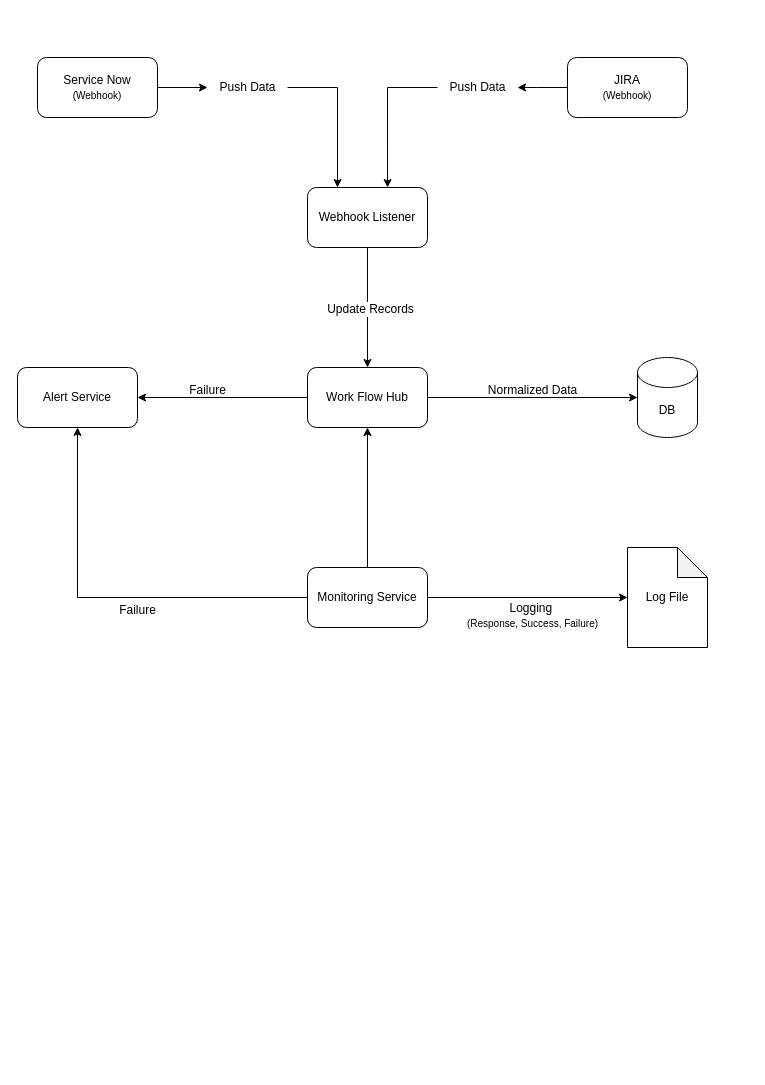
ivineetyadav/architectures keeps this draw.io diagram as BRWH-Push-Model.drawio. Above is the earlier version. Source tidied: cells renumbered, new cells numbered last; positions are measured from the earlier drawing's top-left corner, leaving out a move shared by most shapes. Both pictures are drawn from the tidied source at 100%, with x=0, y=0 at pixel (17, 57).
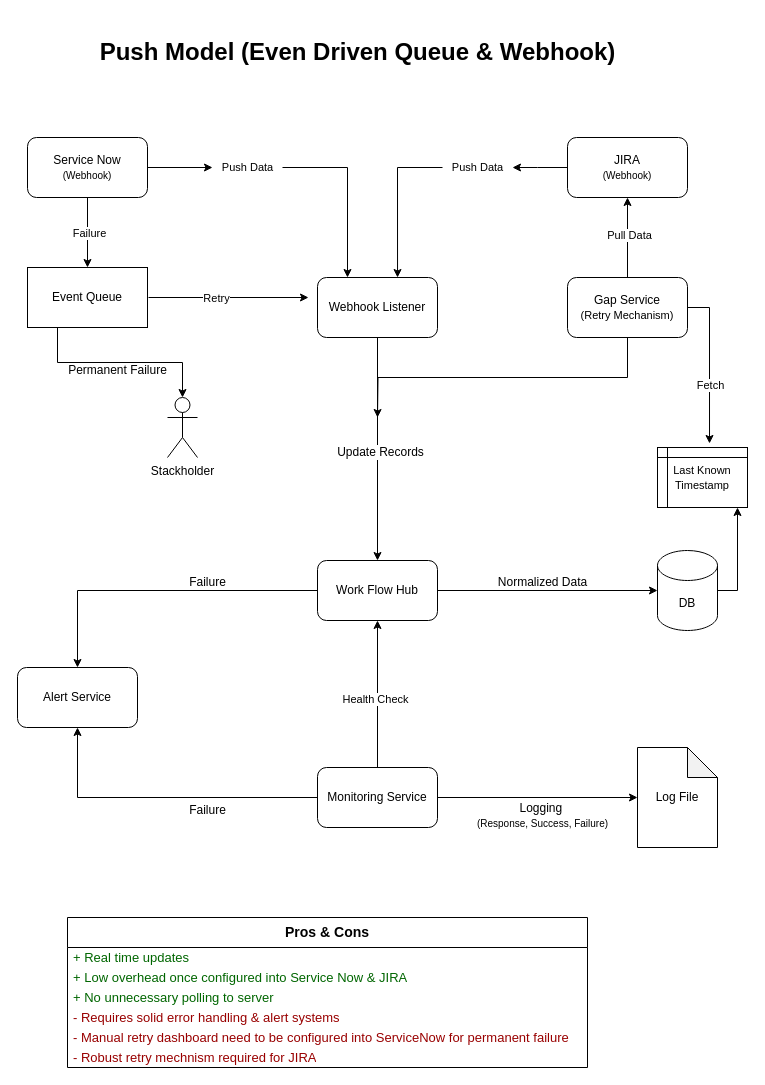
The same diagram, later.

Unchanged cells that the change refers to:
```xml
<mxCell id="18" style="edgeStyle=orthogonalEdgeStyle;rounded=0;jettySize=auto;html=1;exitX=0.5;exitY=0;exitDx=0;exitDy=0;entryX=0.5;entryY=1;entryDx=0;entryDy=0;" parent="1" edge="1" source="20" target="14">
  <mxGeometry relative="1" as="geometry" />
</mxCell>
```

Change to the diagram source:
```diff
@@
     <mxCell id="4" value="Webhook Listener" style="rounded=1;whiteSpace=wrap;html=1;" parent="1" vertex="1">
-      <mxGeometry x="290" y="130" width="120" height="60" as="geometry" />
+      <mxGeometry x="300" y="220" width="120" height="60" as="geometry" />
     </mxCell>
@@
+    <mxCell id="27" style="edgeStyle=orthogonalEdgeStyle;rounded=0;jettySize=auto;html=1;exitX=0.5;exitY=1;exitDx=0;exitDy=0;" parent="1" edge="1" source="6" target="34">
+      <mxGeometry relative="1" as="geometry" />
+    </mxCell>
+    <mxCell id="28" value="Failure" style="edgeLabel;html=1;align=center;verticalAlign=middle;" parent="27" vertex="1">
+      <mxGeometry y="1" relative="1" as="geometry" />
+    </mxCell>
     <mxCell id="6" value="Service Now&lt;div&gt;&lt;font style=&quot;font-size: 10px;&quot;&gt;(Webhook)&lt;/font&gt;&lt;/div&gt;" style="rounded=1;whiteSpace=wrap;html=1;" parent="1" vertex="1">
-      <mxGeometry x="20" width="120" height="60" as="geometry" />
+      <mxGeometry x="10" y="80" width="120" height="60" as="geometry" />
     </mxCell>
     <mxCell id="7" value="JIRA&lt;div&gt;&lt;font style=&quot;font-size: 10px;&quot;&gt;(Webhook)&lt;/font&gt;&lt;/div&gt;" style="rounded=1;whiteSpace=wrap;html=1;" parent="1" vertex="1">
-      <mxGeometry x="550" width="120" height="60" as="geometry" />
+      <mxGeometry x="550" y="80" width="120" height="60" as="geometry" />
     </mxCell>
@@
     <mxCell id="9" style="edgeStyle=orthogonalEdgeStyle;rounded=0;jettySize=auto;html=1;exitX=0;exitY=0.5;exitDx=0;exitDy=0;" parent="1" edge="1" source="7" target="10">
       <mxGeometry relative="1" as="geometry">
         <Array as="points">
-          <mxPoint x="520" y="30" />
-          <mxPoint x="520" y="30" />
+          <mxPoint x="520" y="110" />
+          <mxPoint x="520" y="110" />
         </Array>
       </mxGeometry>
     </mxCell>
-    <mxCell id="10" value="Push Data" style="text;html=1;align=center;verticalAlign=middle;points=[];strokeColor=none;fillColor=none;" parent="1" vertex="1">
-      <mxGeometry x="420" y="15" width="80" height="30" as="geometry" />
+    <mxCell id="10" value="&lt;font style=&quot;font-size: 11px;&quot;&gt;Push Data&lt;/font&gt;" style="text;html=1;align=center;verticalAlign=middle;points=[];strokeColor=none;fillColor=none;" parent="1" vertex="1">
+      <mxGeometry x="425" y="95" width="70" height="30" as="geometry" />
     </mxCell>
@@
-    <mxCell id="12" value="Push Data" style="text;html=1;align=center;verticalAlign=middle;points=[];strokeColor=none;fillColor=none;" parent="1" vertex="1">
-      <mxGeometry x="190" y="15" width="80" height="30" as="geometry" />
+    <mxCell id="12" value="&lt;font style=&quot;font-size: 11px;&quot;&gt;Push Data&lt;/font&gt;" style="text;html=1;align=center;verticalAlign=middle;points=[];strokeColor=none;fillColor=none;" parent="1" vertex="1">
+      <mxGeometry x="195" y="95" width="70" height="30" as="geometry" />
     </mxCell>
-    <mxCell id="13" style="edgeStyle=orthogonalEdgeStyle;rounded=0;jettySize=auto;html=1;exitX=0;exitY=0.5;exitDx=0;exitDy=0;" parent="1" edge="1" source="14">
-      <mxGeometry relative="1" as="geometry">
-        <mxPoint x="120" y="340" as="targetPoint" />
-      </mxGeometry>
+    <mxCell id="13" style="edgeStyle=orthogonalEdgeStyle;rounded=0;jettySize=auto;html=1;exitX=0;exitY=0.5;exitDx=0;exitDy=0;" parent="1" edge="1" source="14" target="21">
+      <mxGeometry relative="1" as="geometry" />
     </mxCell>
     <mxCell id="14" value="Work Flow Hub" style="rounded=1;whiteSpace=wrap;html=1;" parent="1" vertex="1">
-      <mxGeometry x="290" y="310" width="120" height="60" as="geometry" />
+      <mxGeometry x="300" y="503" width="120" height="60" as="geometry" />
     </mxCell>
+    <mxCell id="29" style="edgeStyle=orthogonalEdgeStyle;rounded=0;jettySize=auto;html=1;exitX=1;exitY=0.5;exitDx=0;exitDy=0;exitPerimeter=0;entryX=0.889;entryY=1;entryDx=0;entryDy=0;entryPerimeter=0;" parent="1" edge="1" source="15" target="41">
+      <mxGeometry relative="1" as="geometry" />
+    </mxCell>
     <mxCell id="15" value="DB" style="shape=cylinder3;whiteSpace=wrap;html=1;boundedLbl=1;backgroundOutline=1;size=15;" parent="1" vertex="1">
-      <mxGeometry x="620" y="300" width="60" height="80" as="geometry" />
+      <mxGeometry x="640" y="493" width="60" height="80" as="geometry" />
     </mxCell>
@@
     <mxCell id="17" value="Normalized Data" style="text;html=1;align=center;verticalAlign=middle;strokeColor=none;fillColor=none;" parent="1" vertex="1">
-      <mxGeometry x="460" y="318" width="110" height="30" as="geometry" />
+      <mxGeometry x="470" y="510" width="110" height="30" as="geometry" />
     </mxCell>
@@
+    <mxCell id="30" value="Health Check" style="edgeLabel;html=1;align=center;verticalAlign=middle;" parent="18" vertex="1">
+      <mxGeometry x="-0.06" y="3" relative="1" as="geometry" />
+    </mxCell>
@@
     <mxCell id="20" value="Monitoring Service" style="rounded=1;whiteSpace=wrap;html=1;" parent="1" vertex="1">
-      <mxGeometry x="290" y="510" width="120" height="60" as="geometry" />
+      <mxGeometry x="300" y="710" width="120" height="60" as="geometry" />
     </mxCell>
     <mxCell id="21" value="Alert Service" style="rounded=1;whiteSpace=wrap;html=1;" parent="1" vertex="1">
-      <mxGeometry y="310" width="120" height="60" as="geometry" />
+      <mxGeometry y="610" width="120" height="60" as="geometry" />
     </mxCell>
     <mxCell id="22" value="Log File" style="shape=note;whiteSpace=wrap;html=1;backgroundOutline=1;darkOpacity=0.05;" parent="1" vertex="1">
-      <mxGeometry x="610" y="490" width="80" height="100" as="geometry" />
+      <mxGeometry x="620" y="690" width="80" height="100" as="geometry" />
     </mxCell>
@@
     <mxCell id="24" value="Failure" style="text;html=1;align=center;verticalAlign=middle;strokeColor=none;fillColor=none;" parent="1" vertex="1">
-      <mxGeometry x="160" y="318" width="60" height="30" as="geometry" />
+      <mxGeometry x="160" y="510" width="60" height="30" as="geometry" />
     </mxCell>
     <mxCell id="25" value="Failure" style="text;html=1;align=center;verticalAlign=middle;strokeColor=none;fillColor=none;" parent="1" vertex="1">
-      <mxGeometry x="90" y="538" width="60" height="30" as="geometry" />
+      <mxGeometry x="160" y="738" width="60" height="30" as="geometry" />
     </mxCell>
     <mxCell id="26" value="Logging&amp;nbsp;&lt;div&gt;&lt;font style=&quot;font-size: 10px;&quot;&gt;(Response, Success, Failure)&lt;/font&gt;&lt;/div&gt;" style="text;html=1;align=center;verticalAlign=middle;strokeColor=none;fillColor=none;" parent="1" vertex="1">
-      <mxGeometry x="440" y="538" width="150" height="40" as="geometry" />
+      <mxGeometry x="450" y="738" width="150" height="40" as="geometry" />
     </mxCell>
+    <mxCell id="31" style="edgeStyle=orthogonalEdgeStyle;rounded=0;orthogonalLoop=1;jettySize=auto;html=1;exitX=1;exitY=0.5;exitDx=0;exitDy=0;entryX=0;entryY=0.5;entryDx=0;entryDy=0;" parent="1" edge="1">
+      <mxGeometry relative="1" as="geometry">
+        <mxPoint x="131" y="240" as="sourcePoint" />
+        <mxPoint x="291" y="240" as="targetPoint" />
+      </mxGeometry>
+    </mxCell>
+    <mxCell id="32" value="Retry" style="edgeLabel;html=1;align=center;verticalAlign=middle;" parent="31" vertex="1">
+      <mxGeometry x="-0.15" relative="1" as="geometry">
+        <mxPoint x="-1" as="offset" />
+      </mxGeometry>
+    </mxCell>
+    <mxCell id="33" style="edgeStyle=orthogonalEdgeStyle;rounded=0;jettySize=auto;html=1;exitX=0.25;exitY=1;exitDx=0;exitDy=0;" parent="1" edge="1" source="34" target="35">
+      <mxGeometry relative="1" as="geometry" />
+    </mxCell>
+    <mxCell id="34" value="Event Queue" style="rounded=0;whiteSpace=wrap;html=1;" parent="1" vertex="1">
+      <mxGeometry x="10" y="210" width="120" height="60" as="geometry" />
+    </mxCell>
+    <mxCell id="35" value="Stackholder" style="shape=umlActor;verticalLabelPosition=bottom;verticalAlign=top;html=1;outlineConnect=0;" parent="1" vertex="1">
+      <mxGeometry x="150" y="340" width="30" height="60" as="geometry" />
+    </mxCell>
+    <mxCell id="36" value="Permanent Failure" style="text;html=1;align=center;verticalAlign=middle;strokeColor=none;fillColor=none;" parent="1" vertex="1">
+      <mxGeometry x="40" y="298" width="120" height="30" as="geometry" />
+    </mxCell>
+    <mxCell id="37" style="edgeStyle=orthogonalEdgeStyle;rounded=0;jettySize=auto;html=1;exitX=0.5;exitY=0;exitDx=0;exitDy=0;entryX=0.5;entryY=1;entryDx=0;entryDy=0;" parent="1" edge="1" source="40" target="7">
+      <mxGeometry relative="1" as="geometry" />
+    </mxCell>
+    <mxCell id="38" value="Pull Data" style="edgeLabel;html=1;align=center;verticalAlign=middle;" parent="37" vertex="1">
+      <mxGeometry x="0.07" y="-1" relative="1" as="geometry" />
+    </mxCell>
+    <mxCell id="39" style="edgeStyle=orthogonalEdgeStyle;rounded=0;jettySize=auto;html=1;exitX=0.5;exitY=1;exitDx=0;exitDy=0;" parent="1" edge="1" source="40">
+      <mxGeometry relative="1" as="geometry">
+        <mxPoint x="360" y="360" as="targetPoint" />
+      </mxGeometry>
+    </mxCell>
+    <mxCell id="40" value="Gap Service&lt;div&gt;&lt;font style=&quot;font-size: 11px;&quot;&gt;(Retry Mechanism)&lt;/font&gt;&lt;/div&gt;" style="rounded=1;whiteSpace=wrap;html=1;" parent="1" vertex="1">
+      <mxGeometry x="550" y="220" width="120" height="60" as="geometry" />
+    </mxCell>
+    <mxCell id="41" value="&lt;font style=&quot;font-size: 11px;&quot;&gt;Last Known Timestamp&lt;/font&gt;" style="shape=internalStorage;whiteSpace=wrap;html=1;backgroundOutline=1;dx=10;dy=10;" parent="1" vertex="1">
+      <mxGeometry x="640" y="390" width="90" height="60" as="geometry" />
+    </mxCell>
+    <mxCell id="42" style="edgeStyle=orthogonalEdgeStyle;rounded=0;jettySize=auto;html=1;exitX=1;exitY=0.5;exitDx=0;exitDy=0;entryX=0.578;entryY=-0.067;entryDx=0;entryDy=0;entryPerimeter=0;" parent="1" edge="1" source="40" target="41">
+      <mxGeometry relative="1" as="geometry" />
+    </mxCell>
+    <mxCell id="43" value="Fetch" style="edgeLabel;html=1;align=center;verticalAlign=middle;" parent="42" vertex="1">
+      <mxGeometry x="-0.03" relative="1" as="geometry">
+        <mxPoint y="23" as="offset" />
+      </mxGeometry>
+    </mxCell>
+    <mxCell id="44" value="&lt;h3&gt;Pros &amp;amp; Cons&lt;/h3&gt;" style="swimlane;fontStyle=0;horizontal=1;startSize=30;whiteSpace=wrap;html=1;" parent="1" vertex="1">
+      <mxGeometry x="50" y="860" width="520" height="150" as="geometry" />
+    </mxCell>
+    <mxCell id="45" value="&lt;font style=&quot;color: rgb(0, 102, 0); font-size: 13px;&quot;&gt;+ Real time updates&lt;/font&gt;" style="text;strokeColor=none;fillColor=none;align=left;verticalAlign=middle;spacingLeft=4;spacingRight=4;overflow=hidden;whiteSpace=wrap;html=1;" parent="44" vertex="1">
+      <mxGeometry y="30" width="520" height="20" as="geometry" />
+    </mxCell>
+    <mxCell id="46" value="&lt;font style=&quot;color: rgb(0, 102, 0); font-size: 13px;&quot;&gt;+ Low overhead once configured into Service Now &amp;amp; JIRA&lt;/font&gt;" style="text;strokeColor=none;fillColor=none;align=left;verticalAlign=middle;spacingLeft=4;spacingRight=4;overflow=hidden;whiteSpace=wrap;html=1;" parent="44" vertex="1">
+      <mxGeometry y="50" width="520" height="20" as="geometry" />
+    </mxCell>
+    <mxCell id="47" value="&lt;font style=&quot;color: rgb(0, 102, 0); font-size: 13px;&quot;&gt;+ No unnecessary polling to server&lt;/font&gt;" style="text;strokeColor=none;fillColor=none;align=left;verticalAlign=middle;spacingLeft=4;spacingRight=4;overflow=hidden;whiteSpace=wrap;html=1;" parent="44" vertex="1">
+      <mxGeometry y="70" width="520" height="20" as="geometry" />
+    </mxCell>
+    <mxCell id="48" value="&lt;font style=&quot;color: rgb(153, 0, 0); font-size: 13px;&quot;&gt;- Requires solid error handling &amp;amp; alert systems&lt;/font&gt;" style="text;strokeColor=none;fillColor=none;align=left;verticalAlign=middle;spacingLeft=4;spacingRight=4;overflow=hidden;whiteSpace=wrap;html=1;" parent="44" vertex="1">
+      <mxGeometry y="90" width="520" height="20" as="geometry" />
+    </mxCell>
+    <mxCell id="49" value="&lt;font style=&quot;color: rgb(153, 0, 0); font-size: 13px;&quot;&gt;- Manual retry dashboard need to be configured into ServiceNow for permanent failure&lt;/font&gt;" style="text;strokeColor=none;fillColor=none;align=left;verticalAlign=middle;spacingLeft=4;spacingRight=4;overflow=hidden;whiteSpace=wrap;html=1;" parent="44" vertex="1">
+      <mxGeometry y="110" width="520" height="20" as="geometry" />
+    </mxCell>
+    <mxCell id="50" value="&lt;font style=&quot;color: rgb(153, 0, 0); font-size: 13px;&quot;&gt;- Robust retry mechnism required for JIRA&lt;/font&gt;" style="text;strokeColor=none;fillColor=none;align=left;verticalAlign=middle;spacingLeft=4;spacingRight=4;overflow=hidden;whiteSpace=wrap;html=1;" parent="44" vertex="1">
+      <mxGeometry y="130" width="520" height="20" as="geometry" />
+    </mxCell>
+    <mxCell id="51" value="&lt;h1&gt;Push Model (Even Driven Queue &amp;amp; Webhook)&lt;/h1&gt;" style="text;html=1;align=center;verticalAlign=middle;strokeColor=none;fillColor=none;" parent="1" vertex="1">
+      <mxGeometry x="70" y="-40" width="540" height="70" as="geometry" />
+    </mxCell>
```
